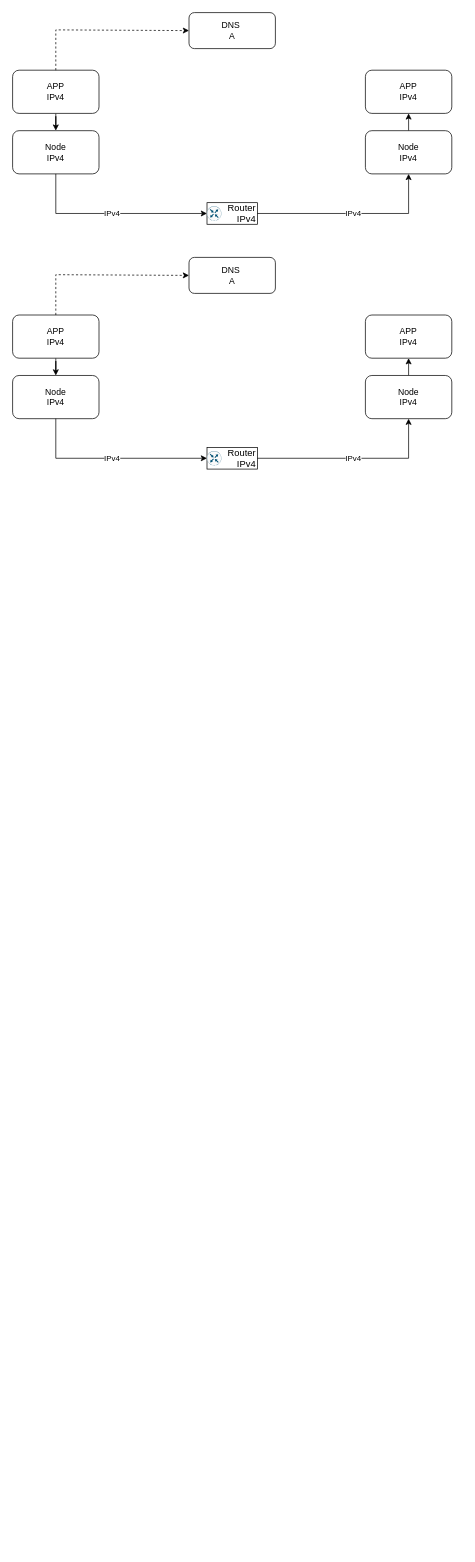
Before: IPv6 Transition.drawio in anorqiu9/drawio, a draw.io diagram. Source tidied: cells renumbered, new cells numbered last; positions are measured from the earlier drawing's top-left corner, leaving out a move shared by most shapes. Both pictures are drawn from the tidied source at 72%, with x=0, y=0 at pixel (12, 12).
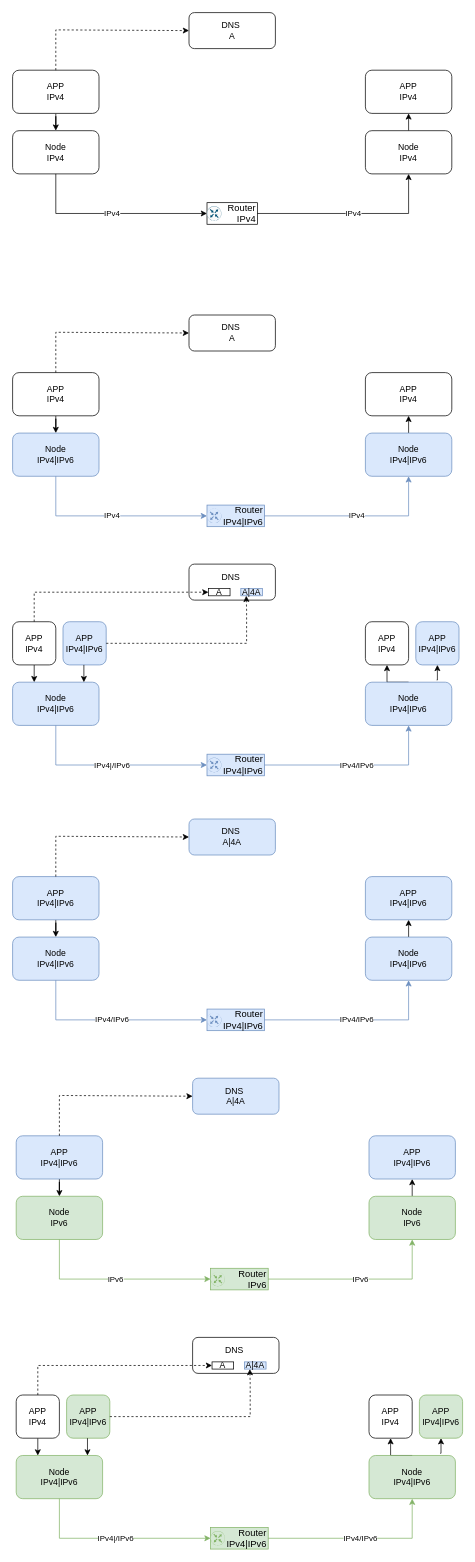
The same page after the edit.

The edit, as a diff of the source:
```diff
@@
     <mxCell id="15" value="APP&lt;div&gt;IPv4&lt;/div&gt;" style="rounded=1;whiteSpace=wrap;html=1;" parent="1" vertex="1">
-      <mxGeometry y="420" width="120" height="60" as="geometry" />
+      <mxGeometry y="500" width="120" height="60" as="geometry" />
     </mxCell>
-    <mxCell id="16" value="Node&lt;div&gt;IPv4&lt;/div&gt;" style="whiteSpace=wrap;html=1;rounded=1;" parent="1" vertex="1">
-      <mxGeometry y="504" width="120" height="60" as="geometry" />
+    <mxCell id="16" value="Node&lt;div&gt;IPv4|IPv6&lt;/div&gt;" style="whiteSpace=wrap;html=1;rounded=1;fillColor=#dae8fc;strokeColor=#6c8ebf;" parent="1" vertex="1">
+      <mxGeometry y="584" width="120" height="60" as="geometry" />
     </mxCell>
-    <mxCell id="17" value="Router&lt;div style=&quot;font-size: 13px;&quot;&gt;IPv4&lt;/div&gt;" style="rounded=0;whiteSpace=wrap;html=1;fontSize=13;verticalAlign=middle;align=right;" parent="1" vertex="1">
-      <mxGeometry x="270" y="604" width="70" height="30" as="geometry" />
+    <mxCell id="17" value="Router&lt;div style=&quot;font-size: 13px;&quot;&gt;IPv4|IPv6&lt;/div&gt;" style="rounded=0;whiteSpace=wrap;html=1;fontSize=13;verticalAlign=middle;align=right;fillColor=#dae8fc;strokeColor=#6c8ebf;" parent="1" vertex="1">
+      <mxGeometry x="270" y="684" width="80" height="30" as="geometry" />
     </mxCell>
     <mxCell id="18" value="DNS&amp;nbsp;&lt;div&gt;A&lt;/div&gt;" style="rounded=1;whiteSpace=wrap;html=1;" parent="1" vertex="1">
-      <mxGeometry x="245" y="340" width="120" height="50" as="geometry" />
+      <mxGeometry x="245" y="420" width="120" height="50" as="geometry" />
     </mxCell>
@@
     <mxCell id="20" value="APP&lt;div&gt;IPv4&lt;/div&gt;" style="rounded=1;whiteSpace=wrap;html=1;" parent="1" vertex="1">
-      <mxGeometry x="490" y="420" width="120" height="60" as="geometry" />
+      <mxGeometry x="490" y="500" width="120" height="60" as="geometry" />
     </mxCell>
-    <mxCell id="21" value="Node&lt;div&gt;IPv4&lt;/div&gt;" style="whiteSpace=wrap;html=1;rounded=1;" parent="1" vertex="1">
-      <mxGeometry x="490" y="504" width="120" height="60" as="geometry" />
+    <mxCell id="21" value="Node&lt;div&gt;IPv4|IPv6&lt;/div&gt;" style="whiteSpace=wrap;html=1;rounded=1;fillColor=#dae8fc;strokeColor=#6c8ebf;" parent="1" vertex="1">
+      <mxGeometry x="490" y="584" width="120" height="60" as="geometry" />
     </mxCell>
-    <mxCell id="22" style="sketch=0;verticalLabelPosition=bottom;html=1;verticalAlign=top;align=center;shape=mxgraph.cisco19.rect;prIcon=router;fillColor=#FAFAFA;strokeColor=#005073;" parent="1" vertex="1">
-      <mxGeometry x="270" y="609" width="20" height="20" as="geometry" />
+    <mxCell id="22" style="sketch=0;verticalLabelPosition=bottom;html=1;verticalAlign=top;align=center;shape=mxgraph.cisco19.rect;prIcon=router;fillColor=#dae8fc;strokeColor=#6c8ebf;" parent="1" vertex="1">
+      <mxGeometry x="270" y="689" width="20" height="20" as="geometry" />
     </mxCell>
-    <mxCell id="23" value="IPv4" style="endArrow=classic;html=1;rounded=0;exitX=1;exitY=0.5;exitDx=0;exitDy=0;entryX=0.5;entryY=1;entryDx=0;entryDy=0;" parent="1" edge="1" source="17" target="21">
+    <mxCell id="23" value="IPv4" style="endArrow=classic;html=1;rounded=0;exitX=1;exitY=0.5;exitDx=0;exitDy=0;entryX=0.5;entryY=1;entryDx=0;entryDy=0;fillColor=#dae8fc;strokeColor=#6c8ebf;" parent="1" edge="1" source="17" target="21">
       <mxGeometry relative="1" as="geometry">
         <Array as="points">
-          <mxPoint x="550" y="619" />
+          <mxPoint x="550" y="699" />
         </Array>
       </mxGeometry>
     </mxCell>
-    <mxCell id="24" value="IPv4" style="endArrow=classic;html=1;rounded=0;exitX=0.5;exitY=1;exitDx=0;exitDy=0;entryX=0;entryY=0.5;entryDx=0;entryDy=0;" parent="1" edge="1" source="16" target="17">
+    <mxCell id="24" value="IPv4" style="endArrow=classic;html=1;rounded=0;exitX=0.5;exitY=1;exitDx=0;exitDy=0;entryX=0;entryY=0.5;entryDx=0;entryDy=0;fillColor=#dae8fc;strokeColor=#6c8ebf;" parent="1" edge="1" source="16" target="17">
       <mxGeometry relative="1" as="geometry">
         <Array as="points">
-          <mxPoint x="60" y="619" />
+          <mxPoint x="60" y="699" />
         </Array>
       </mxGeometry>
     </mxCell>
     <mxCell id="25" style="endArrow=classic;html=1;rounded=0;exitX=0.5;exitY=0;exitDx=0;exitDy=0;entryX=0;entryY=0.5;entryDx=0;entryDy=0;dashed=1;" parent="1" edge="1" source="15" target="18">
       <mxGeometry relative="1" as="geometry">
         <Array as="points">
-          <mxPoint x="60" y="364" />
+          <mxPoint x="60" y="444" />
         </Array>
       </mxGeometry>
     </mxCell>
+    <mxCell id="26" style="edgeStyle=orthogonalEdgeStyle;rounded=0;jettySize=auto;html=1;" parent="1" edge="1" source="27" target="28">
+      <mxGeometry relative="1" as="geometry">
+        <Array as="points">
+          <mxPoint x="30" y="926" />
+          <mxPoint x="30" y="926" />
+        </Array>
+      </mxGeometry>
+    </mxCell>
+    <mxCell id="27" value="APP&lt;div&gt;IPv4&lt;/div&gt;" style="rounded=1;whiteSpace=wrap;html=1;" parent="1" vertex="1">
+      <mxGeometry y="846" width="60" height="60" as="geometry" />
+    </mxCell>
+    <mxCell id="28" value="Node&lt;div&gt;IPv4|IPv6&lt;/div&gt;" style="whiteSpace=wrap;html=1;rounded=1;fillColor=#dae8fc;strokeColor=#6c8ebf;" parent="1" vertex="1">
+      <mxGeometry y="930" width="120" height="60" as="geometry" />
+    </mxCell>
+    <mxCell id="29" value="Router&lt;div style=&quot;font-size: 13px;&quot;&gt;IPv4|IPv6&lt;/div&gt;" style="rounded=0;whiteSpace=wrap;html=1;fontSize=13;verticalAlign=middle;align=right;fillColor=#dae8fc;strokeColor=#6c8ebf;" parent="1" vertex="1">
+      <mxGeometry x="270" y="1030" width="80" height="30" as="geometry" />
+    </mxCell>
+    <mxCell id="30" value="DNS&amp;nbsp;&lt;div&gt;&lt;br&gt;&lt;/div&gt;" style="rounded=1;whiteSpace=wrap;html=1;" parent="1" vertex="1">
+      <mxGeometry x="245" y="766" width="120" height="50" as="geometry" />
+    </mxCell>
+    <mxCell id="31" style="edgeStyle=orthogonalEdgeStyle;rounded=0;jettySize=auto;html=1;entryX=0.5;entryY=1;entryDx=0;entryDy=0;exitX=0.5;exitY=0;exitDx=0;exitDy=0;" parent="1" edge="1" source="33" target="32">
+      <mxGeometry relative="1" as="geometry" />
+    </mxCell>
+    <mxCell id="32" value="APP&lt;div&gt;IPv4&lt;/div&gt;" style="rounded=1;whiteSpace=wrap;html=1;" parent="1" vertex="1">
+      <mxGeometry x="490" y="846" width="60" height="60" as="geometry" />
+    </mxCell>
+    <mxCell id="33" value="Node&lt;div&gt;IPv4|IPv6&lt;/div&gt;" style="whiteSpace=wrap;html=1;rounded=1;fillColor=#dae8fc;strokeColor=#6c8ebf;" parent="1" vertex="1">
+      <mxGeometry x="490" y="930" width="120" height="60" as="geometry" />
+    </mxCell>
+    <mxCell id="34" style="sketch=0;verticalLabelPosition=bottom;html=1;verticalAlign=top;align=center;shape=mxgraph.cisco19.rect;prIcon=router;fillColor=#dae8fc;strokeColor=#6c8ebf;" parent="1" vertex="1">
+      <mxGeometry x="270" y="1035" width="20" height="20" as="geometry" />
+    </mxCell>
+    <mxCell id="35" value="IPv4/IPv6" style="endArrow=classic;html=1;rounded=0;exitX=1;exitY=0.5;exitDx=0;exitDy=0;entryX=0.5;entryY=1;entryDx=0;entryDy=0;fillColor=#dae8fc;strokeColor=#6c8ebf;" parent="1" edge="1" source="29" target="33">
+      <mxGeometry relative="1" as="geometry">
+        <Array as="points">
+          <mxPoint x="550" y="1045" />
+        </Array>
+      </mxGeometry>
+    </mxCell>
+    <mxCell id="36" value="IPv4|/IPv6" style="endArrow=classic;html=1;rounded=0;exitX=0.5;exitY=1;exitDx=0;exitDy=0;entryX=0;entryY=0.5;entryDx=0;entryDy=0;fillColor=#dae8fc;strokeColor=#6c8ebf;" parent="1" edge="1" source="28" target="29">
+      <mxGeometry relative="1" as="geometry">
+        <Array as="points">
+          <mxPoint x="60" y="1045" />
+        </Array>
+      </mxGeometry>
+    </mxCell>
+    <mxCell id="37" style="endArrow=classic;html=1;rounded=0;exitX=0.5;exitY=0;exitDx=0;exitDy=0;entryX=0;entryY=0.5;entryDx=0;entryDy=0;dashed=1;" parent="1" edge="1" source="27" target="42">
+      <mxGeometry relative="1" as="geometry">
+        <Array as="points">
+          <mxPoint x="30" y="805" />
+        </Array>
+      </mxGeometry>
+    </mxCell>
+    <mxCell id="38" value="APP&lt;div&gt;IPv4|IPv6&lt;/div&gt;" style="rounded=1;whiteSpace=wrap;html=1;fillColor=#dae8fc;strokeColor=#6c8ebf;" parent="1" vertex="1">
+      <mxGeometry x="560" y="846" width="60" height="60" as="geometry" />
+    </mxCell>
+    <mxCell id="39" style="edgeStyle=orthogonalEdgeStyle;rounded=0;jettySize=auto;html=1;exitX=0.825;exitY=-0.05;exitDx=0;exitDy=0;entryX=0.5;entryY=1;entryDx=0;entryDy=0;exitPerimeter=0;" parent="1" edge="1" source="33" target="38">
+      <mxGeometry relative="1" as="geometry" />
+    </mxCell>
+    <mxCell id="40" value="APP&lt;div&gt;IPv4|IPv6&lt;/div&gt;" style="rounded=1;whiteSpace=wrap;html=1;fillColor=#dae8fc;strokeColor=#6c8ebf;" parent="1" vertex="1">
+      <mxGeometry x="70" y="846" width="60" height="60" as="geometry" />
+    </mxCell>
+    <mxCell id="41" style="edgeStyle=orthogonalEdgeStyle;rounded=0;orthogonalLoop=1;jettySize=auto;html=1;" parent="1" edge="1">
+      <mxGeometry relative="1" as="geometry">
+        <mxPoint x="99" y="906" as="sourcePoint" />
+        <mxPoint x="99" y="930" as="targetPoint" />
+        <Array as="points">
+          <mxPoint x="99" y="926" />
+          <mxPoint x="99" y="926" />
+        </Array>
+      </mxGeometry>
+    </mxCell>
+    <mxCell id="42" value="A" style="rounded=0;whiteSpace=wrap;html=1;" parent="1" vertex="1">
+      <mxGeometry x="272" y="800" width="30" height="10" as="geometry" />
+    </mxCell>
+    <mxCell id="43" value="A|4A" style="rounded=0;whiteSpace=wrap;html=1;fillColor=#dae8fc;strokeColor=#6c8ebf;" parent="1" vertex="1">
+      <mxGeometry x="317" y="800" width="30" height="10" as="geometry" />
+    </mxCell>
+    <mxCell id="44" style="endArrow=classic;html=1;rounded=0;exitX=1;exitY=0.5;exitDx=0;exitDy=0;entryX=0.25;entryY=1;entryDx=0;entryDy=0;dashed=1;" parent="1" edge="1" source="40" target="43">
+      <mxGeometry relative="1" as="geometry">
+        <Array as="points">
+          <mxPoint x="325" y="876" />
+          <mxPoint x="325" y="830" />
+        </Array>
+      </mxGeometry>
+    </mxCell>
+    <mxCell id="45" style="edgeStyle=orthogonalEdgeStyle;rounded=0;jettySize=auto;html=1;" parent="1" edge="1" source="46" target="47">
+      <mxGeometry relative="1" as="geometry" />
+    </mxCell>
+    <mxCell id="46" value="APP&lt;div&gt;IPv4|IPv6&lt;/div&gt;" style="rounded=1;whiteSpace=wrap;html=1;fillColor=#dae8fc;strokeColor=#6c8ebf;" parent="1" vertex="1">
+      <mxGeometry y="1200" width="120" height="60" as="geometry" />
+    </mxCell>
+    <mxCell id="47" value="Node&lt;div&gt;IPv4|IPv6&lt;/div&gt;" style="whiteSpace=wrap;html=1;rounded=1;fillColor=#dae8fc;strokeColor=#6c8ebf;" parent="1" vertex="1">
+      <mxGeometry y="1284" width="120" height="60" as="geometry" />
+    </mxCell>
+    <mxCell id="48" value="Router&lt;div style=&quot;font-size: 13px;&quot;&gt;IPv4|IPv6&lt;/div&gt;" style="rounded=0;whiteSpace=wrap;html=1;fontSize=13;verticalAlign=middle;align=right;fillColor=#dae8fc;strokeColor=#6c8ebf;" parent="1" vertex="1">
+      <mxGeometry x="270" y="1384" width="80" height="30" as="geometry" />
+    </mxCell>
+    <mxCell id="49" value="DNS&amp;nbsp;&lt;div&gt;A|4A&lt;/div&gt;" style="rounded=1;whiteSpace=wrap;html=1;fillColor=#dae8fc;strokeColor=#6c8ebf;" parent="1" vertex="1">
+      <mxGeometry x="245" y="1120" width="120" height="50" as="geometry" />
+    </mxCell>
+    <mxCell id="50" style="edgeStyle=orthogonalEdgeStyle;rounded=0;jettySize=auto;html=1;entryX=0.5;entryY=1;entryDx=0;entryDy=0;exitX=0.5;exitY=0;exitDx=0;exitDy=0;" parent="1" edge="1" source="52" target="51">
+      <mxGeometry relative="1" as="geometry" />
+    </mxCell>
+    <mxCell id="51" value="APP&lt;div&gt;IPv4|IPv6&lt;/div&gt;" style="rounded=1;whiteSpace=wrap;html=1;fillColor=#dae8fc;strokeColor=#6c8ebf;" parent="1" vertex="1">
+      <mxGeometry x="490" y="1200" width="120" height="60" as="geometry" />
+    </mxCell>
+    <mxCell id="52" value="Node&lt;div&gt;IPv4|IPv6&lt;/div&gt;" style="whiteSpace=wrap;html=1;rounded=1;fillColor=#dae8fc;strokeColor=#6c8ebf;" parent="1" vertex="1">
+      <mxGeometry x="490" y="1284" width="120" height="60" as="geometry" />
+    </mxCell>
+    <mxCell id="53" style="sketch=0;verticalLabelPosition=bottom;html=1;verticalAlign=top;align=center;shape=mxgraph.cisco19.rect;prIcon=router;fillColor=#dae8fc;strokeColor=#6c8ebf;" parent="1" vertex="1">
+      <mxGeometry x="270" y="1389" width="20" height="20" as="geometry" />
+    </mxCell>
+    <mxCell id="54" value="IPv4/IPv6" style="endArrow=classic;html=1;rounded=0;exitX=1;exitY=0.5;exitDx=0;exitDy=0;entryX=0.5;entryY=1;entryDx=0;entryDy=0;fillColor=#dae8fc;strokeColor=#6c8ebf;" parent="1" edge="1" source="48" target="52">
+      <mxGeometry relative="1" as="geometry">
+        <Array as="points">
+          <mxPoint x="550" y="1399" />
+        </Array>
+      </mxGeometry>
+    </mxCell>
+    <mxCell id="55" value="IPv4/IPv6" style="endArrow=classic;html=1;rounded=0;exitX=0.5;exitY=1;exitDx=0;exitDy=0;entryX=0;entryY=0.5;entryDx=0;entryDy=0;fillColor=#dae8fc;strokeColor=#6c8ebf;" parent="1" edge="1" source="47" target="48">
+      <mxGeometry relative="1" as="geometry">
+        <Array as="points">
+          <mxPoint x="60" y="1399" />
+        </Array>
+      </mxGeometry>
+    </mxCell>
+    <mxCell id="56" style="endArrow=classic;html=1;rounded=0;exitX=0.5;exitY=0;exitDx=0;exitDy=0;entryX=0;entryY=0.5;entryDx=0;entryDy=0;dashed=1;" parent="1" edge="1" source="46" target="49">
+      <mxGeometry relative="1" as="geometry">
+        <Array as="points">
+          <mxPoint x="60" y="1144" />
+        </Array>
+      </mxGeometry>
+    </mxCell>
+    <mxCell id="57" style="edgeStyle=orthogonalEdgeStyle;rounded=0;jettySize=auto;html=1;" parent="1" edge="1" source="58" target="59">
+      <mxGeometry relative="1" as="geometry" />
+    </mxCell>
+    <mxCell id="58" value="APP&lt;div&gt;IPv4|IPv6&lt;/div&gt;" style="rounded=1;whiteSpace=wrap;html=1;fillColor=#dae8fc;strokeColor=#6c8ebf;" parent="1" vertex="1">
+      <mxGeometry x="5" y="1560" width="120" height="60" as="geometry" />
+    </mxCell>
+    <mxCell id="59" value="Node&lt;div&gt;IPv6&lt;/div&gt;" style="whiteSpace=wrap;html=1;rounded=1;fillColor=#d5e8d4;strokeColor=#82b366;" parent="1" vertex="1">
+      <mxGeometry x="5" y="1644" width="120" height="60" as="geometry" />
+    </mxCell>
+    <mxCell id="60" value="Router&lt;div style=&quot;font-size: 13px;&quot;&gt;IPv6&lt;/div&gt;" style="rounded=0;whiteSpace=wrap;html=1;fontSize=13;verticalAlign=middle;align=right;fillColor=#d5e8d4;strokeColor=#82b366;" parent="1" vertex="1">
+      <mxGeometry x="275" y="1744" width="80" height="30" as="geometry" />
+    </mxCell>
+    <mxCell id="61" value="DNS&amp;nbsp;&lt;div&gt;A|4A&lt;/div&gt;" style="rounded=1;whiteSpace=wrap;html=1;fillColor=#dae8fc;strokeColor=#6c8ebf;" parent="1" vertex="1">
+      <mxGeometry x="250" y="1480" width="120" height="50" as="geometry" />
+    </mxCell>
+    <mxCell id="62" style="edgeStyle=orthogonalEdgeStyle;rounded=0;jettySize=auto;html=1;entryX=0.5;entryY=1;entryDx=0;entryDy=0;exitX=0.5;exitY=0;exitDx=0;exitDy=0;" parent="1" edge="1" source="64" target="63">
+      <mxGeometry relative="1" as="geometry" />
+    </mxCell>
+    <mxCell id="63" value="APP&lt;div&gt;IPv4|IPv6&lt;/div&gt;" style="rounded=1;whiteSpace=wrap;html=1;fillColor=#dae8fc;strokeColor=#6c8ebf;" parent="1" vertex="1">
+      <mxGeometry x="495" y="1560" width="120" height="60" as="geometry" />
+    </mxCell>
+    <mxCell id="64" value="Node&lt;div&gt;IPv6&lt;/div&gt;" style="whiteSpace=wrap;html=1;rounded=1;fillColor=#d5e8d4;strokeColor=#82b366;" parent="1" vertex="1">
+      <mxGeometry x="495" y="1644" width="120" height="60" as="geometry" />
+    </mxCell>
+    <mxCell id="65" style="sketch=0;verticalLabelPosition=bottom;html=1;verticalAlign=top;align=center;shape=mxgraph.cisco19.rect;prIcon=router;fillColor=#d5e8d4;strokeColor=#82b366;" parent="1" vertex="1">
+      <mxGeometry x="275" y="1749" width="20" height="20" as="geometry" />
+    </mxCell>
+    <mxCell id="66" value="IPv6" style="endArrow=classic;html=1;rounded=0;exitX=1;exitY=0.5;exitDx=0;exitDy=0;entryX=0.5;entryY=1;entryDx=0;entryDy=0;fillColor=#d5e8d4;strokeColor=#82b366;" parent="1" edge="1" source="60" target="64">
+      <mxGeometry relative="1" as="geometry">
+        <Array as="points">
+          <mxPoint x="555" y="1759" />
+        </Array>
+      </mxGeometry>
+    </mxCell>
+    <mxCell id="67" value="IPv6" style="endArrow=classic;html=1;rounded=0;exitX=0.5;exitY=1;exitDx=0;exitDy=0;entryX=0;entryY=0.5;entryDx=0;entryDy=0;fillColor=#d5e8d4;strokeColor=#82b366;" parent="1" edge="1" source="59" target="60">
+      <mxGeometry relative="1" as="geometry">
+        <Array as="points">
+          <mxPoint x="65" y="1759" />
+        </Array>
+      </mxGeometry>
+    </mxCell>
+    <mxCell id="68" style="endArrow=classic;html=1;rounded=0;exitX=0.5;exitY=0;exitDx=0;exitDy=0;entryX=0;entryY=0.5;entryDx=0;entryDy=0;dashed=1;" parent="1" edge="1" source="58" target="61">
+      <mxGeometry relative="1" as="geometry">
+        <Array as="points">
+          <mxPoint x="65" y="1504" />
+        </Array>
+      </mxGeometry>
+    </mxCell>
+    <mxCell id="69" style="edgeStyle=orthogonalEdgeStyle;rounded=0;jettySize=auto;html=1;" parent="1" edge="1" source="70" target="71">
+      <mxGeometry relative="1" as="geometry">
+        <Array as="points">
+          <mxPoint x="35" y="2000" />
+          <mxPoint x="35" y="2000" />
+        </Array>
+      </mxGeometry>
+    </mxCell>
+    <mxCell id="70" value="APP&lt;div&gt;IPv4&lt;/div&gt;" style="rounded=1;whiteSpace=wrap;html=1;" parent="1" vertex="1">
+      <mxGeometry x="5" y="1920" width="60" height="60" as="geometry" />
+    </mxCell>
+    <mxCell id="71" value="Node&lt;div&gt;IPv4|IPv6&lt;/div&gt;" style="whiteSpace=wrap;html=1;rounded=1;fillColor=#d5e8d4;strokeColor=#82b366;" parent="1" vertex="1">
+      <mxGeometry x="5" y="2004" width="120" height="60" as="geometry" />
+    </mxCell>
+    <mxCell id="72" value="Router&lt;div style=&quot;font-size: 13px;&quot;&gt;IPv4|IPv6&lt;/div&gt;" style="rounded=0;whiteSpace=wrap;html=1;fontSize=13;verticalAlign=middle;align=right;fillColor=#d5e8d4;strokeColor=#82b366;" parent="1" vertex="1">
+      <mxGeometry x="275" y="2104" width="80" height="30" as="geometry" />
+    </mxCell>
+    <mxCell id="73" value="DNS&amp;nbsp;&lt;div&gt;&lt;br&gt;&lt;/div&gt;" style="rounded=1;whiteSpace=wrap;html=1;" parent="1" vertex="1">
+      <mxGeometry x="250" y="1840" width="120" height="50" as="geometry" />
+    </mxCell>
+    <mxCell id="74" style="edgeStyle=orthogonalEdgeStyle;rounded=0;jettySize=auto;html=1;entryX=0.5;entryY=1;entryDx=0;entryDy=0;exitX=0.5;exitY=0;exitDx=0;exitDy=0;" parent="1" edge="1" source="76" target="75">
+      <mxGeometry relative="1" as="geometry" />
+    </mxCell>
+    <mxCell id="75" value="APP&lt;div&gt;IPv4&lt;/div&gt;" style="rounded=1;whiteSpace=wrap;html=1;" parent="1" vertex="1">
+      <mxGeometry x="495" y="1920" width="60" height="60" as="geometry" />
+    </mxCell>
+    <mxCell id="76" value="Node&lt;div&gt;IPv4|IPv6&lt;/div&gt;" style="whiteSpace=wrap;html=1;rounded=1;fillColor=#d5e8d4;strokeColor=#82b366;" parent="1" vertex="1">
+      <mxGeometry x="495" y="2004" width="120" height="60" as="geometry" />
+    </mxCell>
+    <mxCell id="77" style="sketch=0;verticalLabelPosition=bottom;html=1;verticalAlign=top;align=center;shape=mxgraph.cisco19.rect;prIcon=router;fillColor=#d5e8d4;strokeColor=#82b366;" parent="1" vertex="1">
+      <mxGeometry x="275" y="2109" width="20" height="20" as="geometry" />
+    </mxCell>
+    <mxCell id="78" value="IPv4/IPv6" style="endArrow=classic;html=1;rounded=0;exitX=1;exitY=0.5;exitDx=0;exitDy=0;entryX=0.5;entryY=1;entryDx=0;entryDy=0;fillColor=#d5e8d4;strokeColor=#82b366;" parent="1" edge="1" source="72" target="76">
+      <mxGeometry relative="1" as="geometry">
+        <Array as="points">
+          <mxPoint x="555" y="2119" />
+        </Array>
+      </mxGeometry>
+    </mxCell>
+    <mxCell id="79" value="IPv4|/IPv6" style="endArrow=classic;html=1;rounded=0;exitX=0.5;exitY=1;exitDx=0;exitDy=0;entryX=0;entryY=0.5;entryDx=0;entryDy=0;fillColor=#d5e8d4;strokeColor=#82b366;" parent="1" edge="1" source="71" target="72">
+      <mxGeometry relative="1" as="geometry">
+        <Array as="points">
+          <mxPoint x="65" y="2119" />
+        </Array>
+      </mxGeometry>
+    </mxCell>
+    <mxCell id="80" style="endArrow=classic;html=1;rounded=0;exitX=0.5;exitY=0;exitDx=0;exitDy=0;entryX=0;entryY=0.5;entryDx=0;entryDy=0;dashed=1;" parent="1" edge="1" source="70" target="85">
+      <mxGeometry relative="1" as="geometry">
+        <Array as="points">
+          <mxPoint x="35" y="1879" />
+        </Array>
+      </mxGeometry>
+    </mxCell>
+    <mxCell id="81" value="APP&lt;div&gt;IPv4|IPv6&lt;/div&gt;" style="rounded=1;whiteSpace=wrap;html=1;fillColor=#d5e8d4;strokeColor=#82b366;" parent="1" vertex="1">
+      <mxGeometry x="565" y="1920" width="60" height="60" as="geometry" />
+    </mxCell>
+    <mxCell id="82" style="edgeStyle=orthogonalEdgeStyle;rounded=0;jettySize=auto;html=1;exitX=0.825;exitY=-0.05;exitDx=0;exitDy=0;entryX=0.5;entryY=1;entryDx=0;entryDy=0;exitPerimeter=0;" parent="1" edge="1" source="76" target="81">
+      <mxGeometry relative="1" as="geometry" />
+    </mxCell>
+    <mxCell id="83" value="APP&lt;div&gt;IPv4|IPv6&lt;/div&gt;" style="rounded=1;whiteSpace=wrap;html=1;fillColor=#d5e8d4;strokeColor=#82b366;" parent="1" vertex="1">
+      <mxGeometry x="75" y="1920" width="60" height="60" as="geometry" />
+    </mxCell>
+    <mxCell id="84" style="edgeStyle=orthogonalEdgeStyle;rounded=0;orthogonalLoop=1;jettySize=auto;html=1;" parent="1" edge="1">
+      <mxGeometry relative="1" as="geometry">
+        <mxPoint x="104" y="1980" as="sourcePoint" />
+        <mxPoint x="104" y="2004" as="targetPoint" />
+        <Array as="points">
+          <mxPoint x="104" y="2000" />
+          <mxPoint x="104" y="2000" />
+        </Array>
+      </mxGeometry>
+    </mxCell>
+    <mxCell id="85" value="A" style="rounded=0;whiteSpace=wrap;html=1;" parent="1" vertex="1">
+      <mxGeometry x="277" y="1874" width="30" height="10" as="geometry" />
+    </mxCell>
+    <mxCell id="86" value="A|4A" style="rounded=0;whiteSpace=wrap;html=1;fillColor=#dae8fc;strokeColor=#6c8ebf;" parent="1" vertex="1">
+      <mxGeometry x="322" y="1874" width="30" height="10" as="geometry" />
+    </mxCell>
+    <mxCell id="87" style="endArrow=classic;html=1;rounded=0;exitX=1;exitY=0.5;exitDx=0;exitDy=0;entryX=0.25;entryY=1;entryDx=0;entryDy=0;dashed=1;" parent="1" edge="1" source="83" target="86">
+      <mxGeometry relative="1" as="geometry">
+        <Array as="points">
+          <mxPoint x="330" y="1950" />
+          <mxPoint x="330" y="1904" />
+        </Array>
+      </mxGeometry>
+    </mxCell>
```
